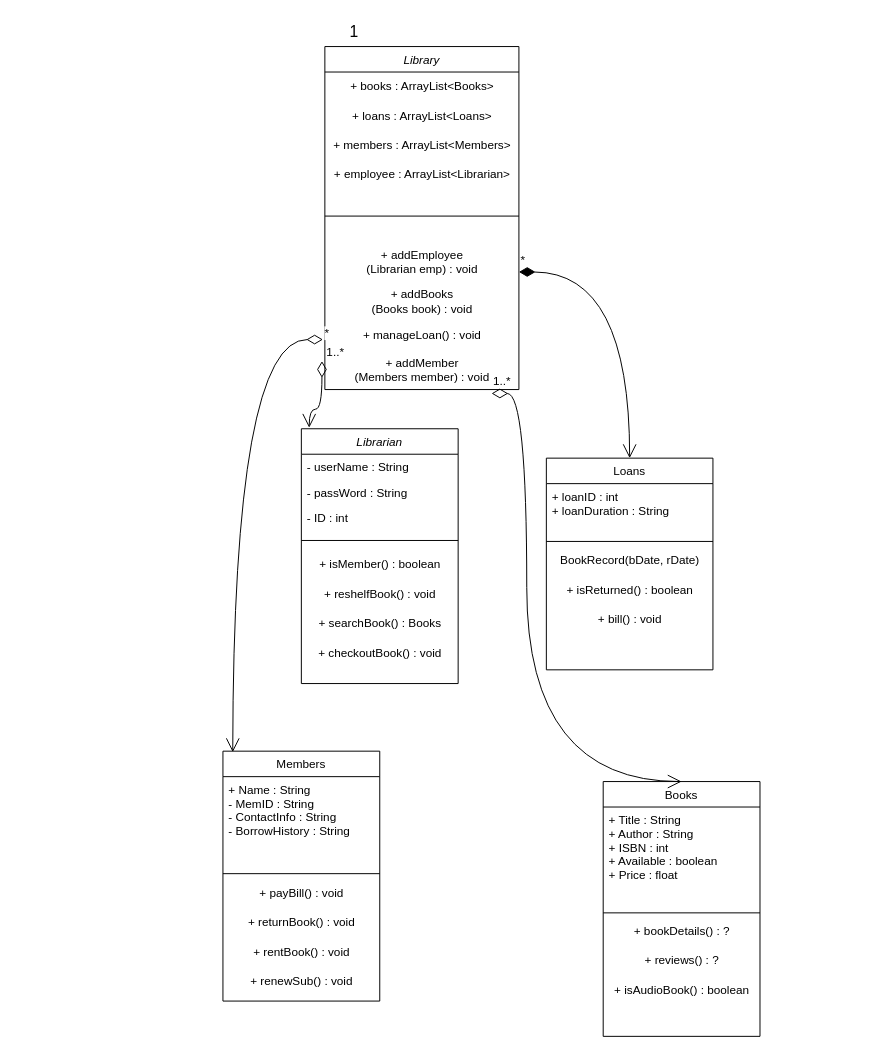
The draw.io diagram Untitled Diagram.drawio in Twpendleton/ClassUMLDiagram, before the edit. Source tidied: cells renumbered, new cells numbered last; positions are measured from the earlier drawing's top-left corner, leaving out a move shared by most shapes. Both pictures are drawn from the tidied source at 98%, with x=0, y=0 at pixel (222, 17).
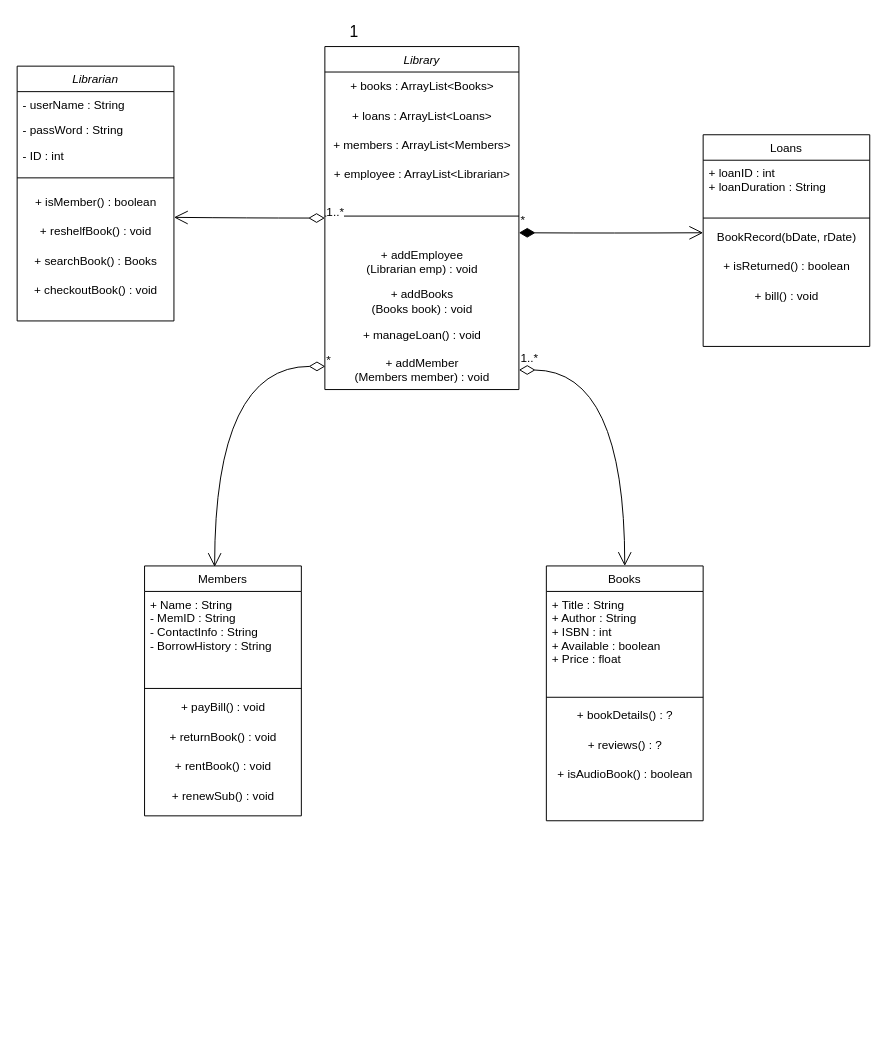
The same page after the edit.

Commit message:
Prettify aggregations and compositions

Unchanged cells that the change refers to:
```xml
<mxCell id="27" value="BookRecord(bDate, rDate)" style="text;html=1;align=center;verticalAlign=middle;points=[];strokeColor=none;fillColor=none;" parent="24" vertex="1">
  <mxGeometry y="90" width="170" height="30" as="geometry" />
</mxCell>
<mxCell id="30" value="Library" style="swimlane;fontStyle=2;align=center;verticalAlign=top;horizontal=1;startSize=26;rounded=0;shadow=0;strokeWidth=1;" parent="1" vertex="1">
  <mxGeometry x="104" y="30" width="198" height="350" as="geometry" />
</mxCell>
<mxCell id="38" value="+ manageLoan() : void" style="text;html=1;align=center;verticalAlign=middle;points=[];strokeColor=none;fillColor=none;" parent="30" vertex="1">
  <mxGeometry y="280" width="198" height="30" as="geometry" />
</mxCell>
<mxCell id="39" value="+ addMember&lt;div&gt;(Members member) : void&lt;/div&gt;" style="text;html=1;align=center;verticalAlign=middle;points=[];strokeColor=none;fillColor=none;" parent="30" vertex="1">
  <mxGeometry y="310" width="198" height="40" as="geometry" />
</mxCell>
```

Diff of the diagram source:
```diff
@@
     <mxCell id="2" value="Librarian" style="swimlane;fontStyle=2;align=center;verticalAlign=top;horizontal=1;startSize=26;rounded=0;shadow=0;strokeWidth=1;" parent="1" vertex="1">
-      <mxGeometry x="80" y="420" width="160" height="260" as="geometry" />
+      <mxGeometry x="-210" y="50" width="160" height="260" as="geometry" />
     </mxCell>
@@
     <mxCell id="11" value="Members" style="swimlane;fontStyle=0;align=center;verticalAlign=top;horizontal=1;startSize=26;rounded=0;shadow=0;strokeWidth=1;" parent="1" vertex="1">
-      <mxGeometry y="749" width="160" height="255" as="geometry" />
+      <mxGeometry x="-80" y="560" width="160" height="255" as="geometry" />
     </mxCell>
@@
     <mxCell id="18" value="Books" style="swimlane;fontStyle=0;align=center;verticalAlign=top;horizontal=1;startSize=26;rounded=0;shadow=0;strokeWidth=1;" parent="1" vertex="1">
-      <mxGeometry x="388" y="780" width="160" height="260" as="geometry" />
+      <mxGeometry x="330" y="560" width="160" height="260" as="geometry" />
     </mxCell>
@@
     <mxCell id="24" value="Loans" style="swimlane;fontStyle=0;align=center;verticalAlign=top;horizontal=1;startSize=26;rounded=0;shadow=0;strokeWidth=1;" parent="1" vertex="1">
-      <mxGeometry x="330" y="450" width="170" height="216" as="geometry" />
+      <mxGeometry x="490" y="120" width="170" height="216" as="geometry" />
     </mxCell>
@@
-    <mxCell id="41" value="*" style="endArrow=open;html=1;endSize=12;startArrow=diamondThin;startSize=14;startFill=1;edgeStyle=orthogonalEdgeStyle;align=left;verticalAlign=bottom;rounded=0;fontSize=12;curved=1;entryX=0.5;entryY=0;entryDx=0;entryDy=0;" parent="1" edge="1" target="24">
-      <mxGeometry x="-1" y="3" relative="1" as="geometry">
-        <mxPoint x="302" y="260" as="sourcePoint" />
-      </mxGeometry>
-    </mxCell>
-    <mxCell id="42" value="1..*" style="endArrow=open;html=1;endSize=12;startArrow=diamondThin;startSize=14;startFill=0;edgeStyle=orthogonalEdgeStyle;align=left;verticalAlign=bottom;rounded=0;fontSize=12;curved=1;exitX=-0.015;exitY=0.275;exitDx=0;exitDy=0;exitPerimeter=0;entryX=0.05;entryY=-0.004;entryDx=0;entryDy=0;entryPerimeter=0;" parent="1" edge="1" source="39" target="2">
-      <mxGeometry x="-1" y="3" relative="1" as="geometry" />
-    </mxCell>
-    <mxCell id="43" value="1..*" style="endArrow=open;html=1;endSize=12;startArrow=diamondThin;startSize=14;startFill=0;edgeStyle=orthogonalEdgeStyle;align=left;verticalAlign=bottom;rounded=0;fontSize=12;curved=1;exitX=0.859;exitY=1.1;exitDx=0;exitDy=0;exitPerimeter=0;entryX=0.5;entryY=0;entryDx=0;entryDy=0;" parent="1" edge="1" source="39" target="18">
-      <mxGeometry x="-1" y="3" relative="1" as="geometry">
-        <Array as="points">
-          <mxPoint x="310" y="384" />
-          <mxPoint x="310" y="780" />
-        </Array>
-      </mxGeometry>
-    </mxCell>
-    <mxCell id="44" value="*" style="endArrow=open;html=1;endSize=12;startArrow=diamondThin;startSize=14;startFill=0;edgeStyle=orthogonalEdgeStyle;align=left;verticalAlign=bottom;rounded=0;fontSize=12;curved=1;exitX=-0.01;exitY=0.633;exitDx=0;exitDy=0;exitPerimeter=0;" parent="1" edge="1" source="38">
-      <mxGeometry x="-1" y="3" relative="1" as="geometry">
-        <mxPoint x="10" y="750" as="targetPoint" />
-      </mxGeometry>
-    </mxCell>
+    <mxCell id="45" value="1..*" style="endArrow=open;html=1;endSize=12;startArrow=diamondThin;startSize=14;startFill=0;edgeStyle=orthogonalEdgeStyle;align=left;verticalAlign=bottom;rounded=0;fontSize=12;curved=1;exitX=0;exitY=0.5;exitDx=0;exitDy=0;" parent="1" edge="1" source="30">
+      <mxGeometry x="-1" y="3" relative="1" as="geometry">
+        <mxPoint x="-50" y="204.3" as="targetPoint" />
+      </mxGeometry>
+    </mxCell>
+    <mxCell id="46" value="*" style="endArrow=open;html=1;endSize=12;startArrow=diamondThin;startSize=14;startFill=0;edgeStyle=orthogonalEdgeStyle;align=left;verticalAlign=bottom;rounded=0;fontSize=12;curved=1;entryX=0.447;entryY=0.004;entryDx=0;entryDy=0;entryPerimeter=0;exitX=0.002;exitY=0.409;exitDx=0;exitDy=0;exitPerimeter=0;" parent="1" edge="1" source="39" target="11">
+      <mxGeometry x="-1" y="3" relative="1" as="geometry" />
+    </mxCell>
+    <mxCell id="47" value="*" style="endArrow=open;html=1;endSize=12;startArrow=diamondThin;startSize=14;startFill=1;edgeStyle=orthogonalEdgeStyle;align=left;verticalAlign=bottom;rounded=0;fontSize=12;curved=1;entryX=0;entryY=0.333;entryDx=0;entryDy=0;entryPerimeter=0;" parent="1" edge="1" target="27">
+      <mxGeometry x="-1" y="3" relative="1" as="geometry">
+        <mxPoint x="302" y="220" as="sourcePoint" />
+      </mxGeometry>
+    </mxCell>
+    <mxCell id="48" value="1..*" style="endArrow=open;html=1;endSize=12;startArrow=diamondThin;startSize=14;startFill=0;edgeStyle=orthogonalEdgeStyle;align=left;verticalAlign=bottom;rounded=0;fontSize=12;curved=1;entryX=0.5;entryY=0;entryDx=0;entryDy=0;" parent="1" edge="1" target="18">
+      <mxGeometry x="-1" y="3" relative="1" as="geometry">
+        <mxPoint x="302" y="360" as="sourcePoint" />
+      </mxGeometry>
+    </mxCell>
```
